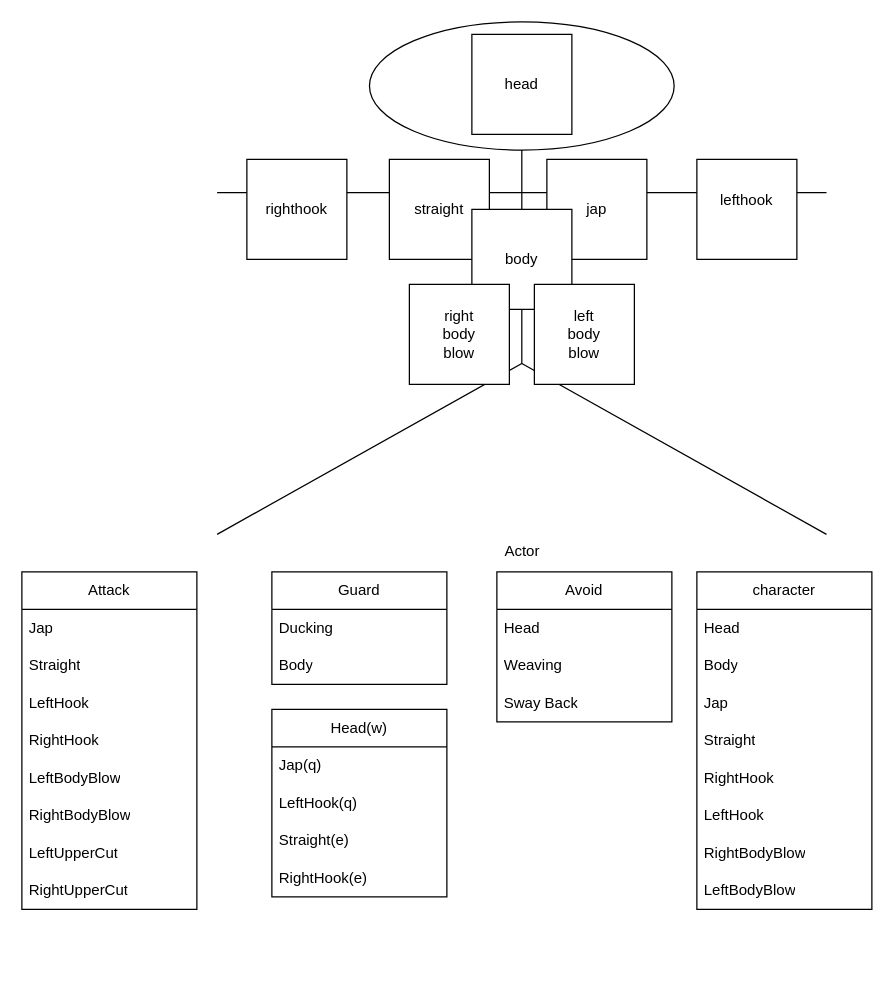
Earlier version of the draw.io diagram Boxing Game Producing.drawio (KanghyeokYeo/KGB_OOPConsoleProject). Source tidied: cells renumbered, new cells numbered last; positions are measured from the earlier drawing's top-left corner, leaving out a move shared by most shapes. Both pictures are drawn from the tidied source at 125%, with x=0, y=0 at pixel (21, 21).
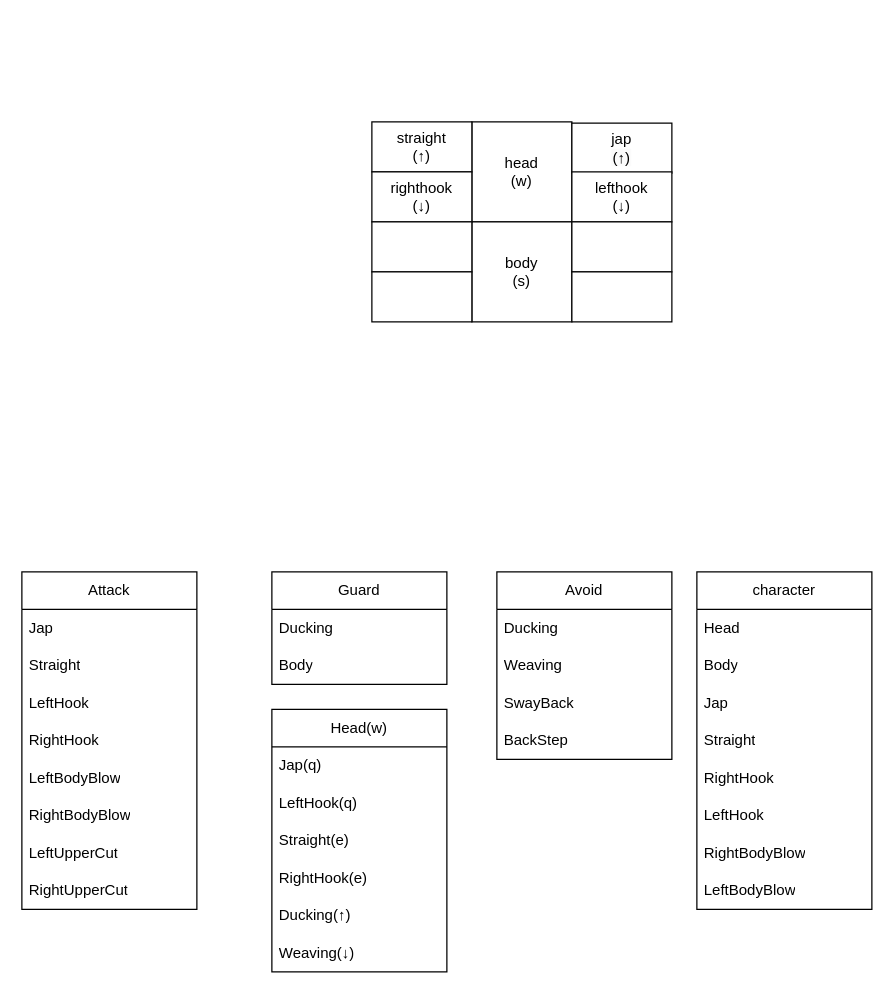
The same page after the edit.

Commit message:
Boxing Game Producing.drawio 케릭터디자인 변경

What changed in the source:
```diff
@@
-    <mxCell id="2" value="Actor" style="shape=umlActor;verticalLabelPosition=bottom;verticalAlign=top;html=1;" parent="1" vertex="1">
-      <mxGeometry x="156.2" width="487.5" height="410" as="geometry" />
-    </mxCell>
-    <mxCell id="3" value="head" style="whiteSpace=wrap;html=1;" parent="1" vertex="1">
-      <mxGeometry x="360" y="10" width="80" height="80" as="geometry" />
+    <mxCell id="3" value="head&lt;div&gt;(w)&lt;/div&gt;" style="whiteSpace=wrap;html=1;" parent="1" vertex="1">
+      <mxGeometry x="360" y="80" width="80" height="80" as="geometry" />
     </mxCell>
-    <mxCell id="4" value="straight" style="whiteSpace=wrap;html=1;" parent="1" vertex="1">
-      <mxGeometry x="294" y="110" width="80" height="80" as="geometry" />
-    </mxCell>
-    <mxCell id="5" value="jap" style="whiteSpace=wrap;html=1;" parent="1" vertex="1">
-      <mxGeometry x="420" y="110" width="80" height="80" as="geometry" />
-    </mxCell>
-    <mxCell id="6" value="righthook" style="whiteSpace=wrap;html=1;" parent="1" vertex="1">
-      <mxGeometry x="180" y="110" width="80" height="80" as="geometry" />
-    </mxCell>
-    <mxCell id="7" value="lefthook&lt;div&gt;&lt;br&gt;&lt;/div&gt;" style="whiteSpace=wrap;html=1;" parent="1" vertex="1">
-      <mxGeometry x="540" y="110" width="80" height="80" as="geometry" />
-    </mxCell>
-    <mxCell id="8" value="body" style="whiteSpace=wrap;html=1;" parent="1" vertex="1">
-      <mxGeometry x="360" y="150" width="80" height="80" as="geometry" />
-    </mxCell>
-    <mxCell id="9" value="left&lt;div&gt;body&lt;/div&gt;&lt;div&gt;blow&lt;/div&gt;" style="whiteSpace=wrap;html=1;" parent="1" vertex="1">
-      <mxGeometry x="410" y="210" width="80" height="80" as="geometry" />
-    </mxCell>
-    <mxCell id="10" value="&lt;div&gt;right&lt;/div&gt;&lt;div&gt;body&lt;/div&gt;&lt;div&gt;blow&lt;/div&gt;" style="whiteSpace=wrap;html=1;" parent="1" vertex="1">
-      <mxGeometry x="310" y="210" width="80" height="80" as="geometry" />
-    </mxCell>
@@
     <mxCell id="23" value="Avoid" style="swimlane;fontStyle=0;horizontal=1;startSize=30;whiteSpace=wrap;html=1;" parent="1" vertex="1">
-      <mxGeometry x="380" y="440" width="140" height="120" as="geometry" />
+      <mxGeometry x="380" y="440" width="140" height="150" as="geometry" />
     </mxCell>
-    <mxCell id="24" value="Head" style="text;strokeColor=none;fillColor=none;align=left;verticalAlign=middle;spacingLeft=4;spacingRight=4;overflow=hidden;whiteSpace=wrap;html=1;" parent="23" vertex="1">
+    <mxCell id="24" value="Ducking" style="text;strokeColor=none;fillColor=none;align=left;verticalAlign=middle;spacingLeft=4;spacingRight=4;overflow=hidden;whiteSpace=wrap;html=1;" parent="23" vertex="1">
       <mxGeometry y="30" width="140" height="30" as="geometry" />
     </mxCell>
@@
+    <mxCell id="41" value="SwayBack" style="text;strokeColor=none;fillColor=none;align=left;verticalAlign=middle;spacingLeft=4;spacingRight=4;overflow=hidden;whiteSpace=wrap;html=1;" parent="23" vertex="1">
+      <mxGeometry y="90" width="140" height="30" as="geometry" />
+    </mxCell>
-    <mxCell id="26" value="Sway Back" style="text;strokeColor=none;fillColor=none;align=left;verticalAlign=middle;spacingLeft=4;spacingRight=4;overflow=hidden;whiteSpace=wrap;html=1;" parent="23" vertex="1">
-      <mxGeometry y="90" width="140" height="30" as="geometry" />
+    <mxCell id="26" value="BackStep" style="text;strokeColor=none;fillColor=none;align=left;verticalAlign=middle;spacingLeft=4;spacingRight=4;overflow=hidden;whiteSpace=wrap;html=1;" parent="23" vertex="1">
+      <mxGeometry y="120" width="140" height="30" as="geometry" />
     </mxCell>
     <mxCell id="27" value="Head(w)" style="swimlane;fontStyle=0;horizontal=1;startSize=30;whiteSpace=wrap;html=1;" parent="1" vertex="1">
-      <mxGeometry x="200" y="550" width="140" height="150" as="geometry" />
+      <mxGeometry x="200" y="550" width="140" height="210" as="geometry" />
     </mxCell>
@@
+    <mxCell id="42" value="Ducking(↑)" style="text;strokeColor=none;fillColor=none;align=left;verticalAlign=middle;spacingLeft=4;spacingRight=4;overflow=hidden;whiteSpace=wrap;html=1;" parent="27" vertex="1">
+      <mxGeometry y="150" width="140" height="30" as="geometry" />
+    </mxCell>
+    <mxCell id="43" value="Weaving(↓)" style="text;strokeColor=none;fillColor=none;align=left;verticalAlign=middle;spacingLeft=4;spacingRight=4;overflow=hidden;whiteSpace=wrap;html=1;" parent="27" vertex="1">
+      <mxGeometry y="180" width="140" height="30" as="geometry" />
+    </mxCell>
@@
+    <mxCell id="44" value="body&lt;div&gt;(s)&lt;/div&gt;" style="whiteSpace=wrap;html=1;" parent="1" vertex="1">
+      <mxGeometry x="360" y="160" width="80" height="80" as="geometry" />
+    </mxCell>
+    <mxCell id="45" value="straight&lt;div&gt;(↑)&lt;/div&gt;" style="rounded=0;whiteSpace=wrap;html=1;" parent="1" vertex="1">
+      <mxGeometry x="280" y="80" width="80" height="40" as="geometry" />
+    </mxCell>
+    <mxCell id="46" value="jap&lt;div&gt;&lt;div style=&quot;forced-color-adjust: none; color: rgb(0, 0, 0); font-family: Helvetica; font-size: 12px; font-style: normal; font-variant-ligatures: normal; font-variant-caps: normal; font-weight: 400; letter-spacing: normal; orphans: 2; text-align: center; text-indent: 0px; text-transform: none; widows: 2; word-spacing: 0px; -webkit-text-stroke-width: 0px; white-space: normal; background-color: rgb(251, 251, 251); text-decoration-thickness: initial; text-decoration-style: initial; text-decoration-color: initial;&quot;&gt;(↑)&lt;/div&gt;&lt;/div&gt;" style="rounded=0;whiteSpace=wrap;html=1;" parent="1" vertex="1">
+      <mxGeometry x="440" y="81" width="80" height="40" as="geometry" />
+    </mxCell>
+    <mxCell id="47" value="righthook&lt;div&gt;(&lt;span style=&quot;background-color: initial;&quot;&gt;↓&lt;/span&gt;&lt;span style=&quot;background-color: initial;&quot;&gt;)&lt;/span&gt;&lt;/div&gt;" style="rounded=0;whiteSpace=wrap;html=1;" parent="1" vertex="1">
+      <mxGeometry x="280" y="120" width="80" height="40" as="geometry" />
+    </mxCell>
+    <mxCell id="48" value="lefthook&lt;div&gt;(↓)&lt;/div&gt;" style="rounded=0;whiteSpace=wrap;html=1;" parent="1" vertex="1">
+      <mxGeometry x="440" y="120" width="80" height="40" as="geometry" />
+    </mxCell>
+    <mxCell id="49" style="rounded=0;whiteSpace=wrap;html=1;" parent="1" vertex="1">
+      <mxGeometry x="280" y="160" width="80" height="40" as="geometry" />
+    </mxCell>
+    <mxCell id="50" style="rounded=0;whiteSpace=wrap;html=1;" parent="1" vertex="1">
+      <mxGeometry x="280" y="200" width="80" height="40" as="geometry" />
+    </mxCell>
+    <mxCell id="51" style="rounded=0;whiteSpace=wrap;html=1;" parent="1" vertex="1">
+      <mxGeometry x="440" y="160" width="80" height="40" as="geometry" />
+    </mxCell>
+    <mxCell id="52" style="rounded=0;whiteSpace=wrap;html=1;" parent="1" vertex="1">
+      <mxGeometry x="440" y="200" width="80" height="40" as="geometry" />
+    </mxCell>
```
